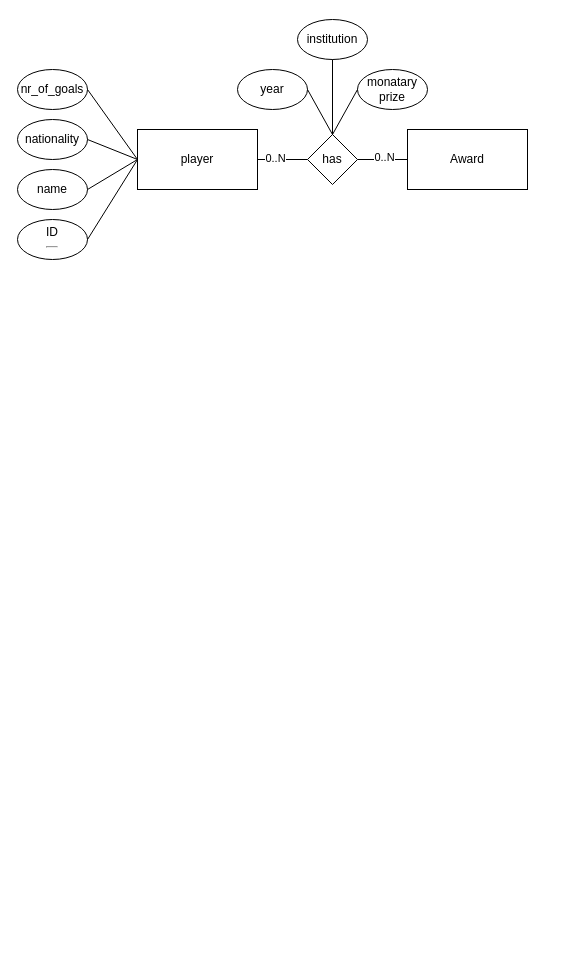
Before: Exercise1.drawio in jokullsmari/blabla, a draw.io diagram. Source tidied: cells renumbered, new cells numbered last; positions are measured from the earlier drawing's top-left corner, leaving out a move shared by most shapes. Both pictures are drawn from the tidied source at 100%, with x=0, y=0 at pixel (17, 19).
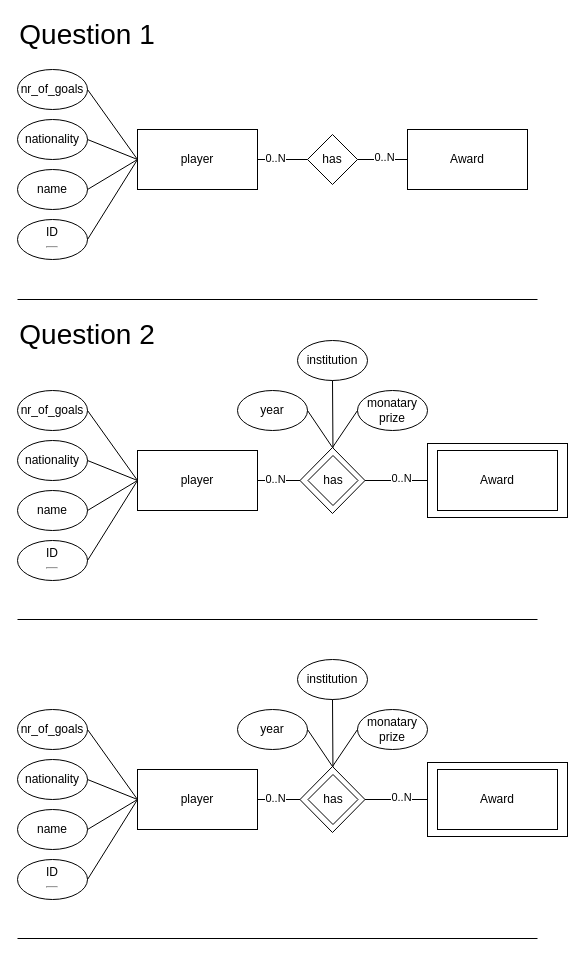
Above is the later version.

The change refers to these unchanged cells:
```xml
<mxCell id="12" value="has" style="rhombus;whiteSpace=wrap;html=1;" parent="1" vertex="1">
  <mxGeometry x="290" y="115" width="50" height="50" as="geometry" />
</mxCell>
```

The edit, as a diff of the source:
```diff
@@
-    <mxCell id="17" value="institution" style="ellipse;whiteSpace=wrap;html=1;" parent="1" vertex="1">
-      <mxGeometry x="280" width="70" height="40" as="geometry" />
-    </mxCell>
-    <mxCell id="18" value="monatary&lt;div&gt;prize&lt;/div&gt;" style="ellipse;whiteSpace=wrap;html=1;" parent="1" vertex="1">
-      <mxGeometry x="340" y="50" width="70" height="40" as="geometry" />
-    </mxCell>
-    <mxCell id="19" value="year" style="ellipse;whiteSpace=wrap;html=1;" parent="1" vertex="1">
-      <mxGeometry x="220" y="50" width="70" height="40" as="geometry" />
-    </mxCell>
-    <mxCell id="20" style="endArrow=none;html=1;rounded=0;entryX=0.5;entryY=1;entryDx=0;entryDy=0;exitX=0.5;exitY=0;exitDx=0;exitDy=0;" parent="1" edge="1" source="12" target="17">
-      <mxGeometry relative="1" as="geometry" />
-    </mxCell>
-    <mxCell id="21" style="endArrow=none;html=1;rounded=0;exitX=0.5;exitY=0;exitDx=0;exitDy=0;entryX=1;entryY=0.5;entryDx=0;entryDy=0;" parent="1" edge="1" source="12" target="19">
-      <mxGeometry relative="1" as="geometry" />
-    </mxCell>
-    <mxCell id="22" style="endArrow=none;html=1;rounded=0;entryX=0;entryY=0.5;entryDx=0;entryDy=0;exitX=0.5;exitY=0;exitDx=0;exitDy=0;" parent="1" edge="1" source="12" target="18">
-      <mxGeometry relative="1" as="geometry" />
-    </mxCell>
+    <mxCell id="23" value="player" style="rounded=0;whiteSpace=wrap;html=1;" parent="1" vertex="1">
+      <mxGeometry x="120" y="431" width="120" height="60" as="geometry" />
+    </mxCell>
+    <mxCell id="24" value="ID&lt;hr&gt;" style="ellipse;whiteSpace=wrap;html=1;" parent="1" vertex="1">
+      <mxGeometry y="521" width="70" height="40" as="geometry" />
+    </mxCell>
+    <mxCell id="25" value="name" style="ellipse;whiteSpace=wrap;html=1;" parent="1" vertex="1">
+      <mxGeometry y="471" width="70" height="40" as="geometry" />
+    </mxCell>
+    <mxCell id="26" value="nationality" style="ellipse;whiteSpace=wrap;html=1;" parent="1" vertex="1">
+      <mxGeometry y="421" width="70" height="40" as="geometry" />
+    </mxCell>
+    <mxCell id="27" value="nr_of_goals" style="ellipse;whiteSpace=wrap;html=1;" parent="1" vertex="1">
+      <mxGeometry y="371" width="70" height="40" as="geometry" />
+    </mxCell>
+    <mxCell id="28" style="endArrow=none;html=1;rounded=0;entryX=1;entryY=0.5;entryDx=0;entryDy=0;exitX=0;exitY=0.5;exitDx=0;exitDy=0;" parent="1" edge="1" source="23" target="27">
+      <mxGeometry relative="1" as="geometry" />
+    </mxCell>
+    <mxCell id="29" style="endArrow=none;html=1;rounded=0;entryX=1;entryY=0.5;entryDx=0;entryDy=0;" parent="1" edge="1" target="26">
+      <mxGeometry relative="1" as="geometry">
+        <mxPoint x="120" y="461" as="sourcePoint" />
+      </mxGeometry>
+    </mxCell>
+    <mxCell id="30" style="endArrow=none;html=1;rounded=0;exitX=1;exitY=0.5;exitDx=0;exitDy=0;entryX=0;entryY=0.5;entryDx=0;entryDy=0;" parent="1" edge="1" source="25" target="23">
+      <mxGeometry relative="1" as="geometry" />
+    </mxCell>
+    <mxCell id="31" style="endArrow=none;html=1;rounded=0;exitX=1;exitY=0.5;exitDx=0;exitDy=0;entryX=0;entryY=0.5;entryDx=0;entryDy=0;" parent="1" edge="1" source="24" target="23">
+      <mxGeometry relative="1" as="geometry" />
+    </mxCell>
+    <mxCell id="32" style="endArrow=none;html=1;rounded=0;entryX=1;entryY=0.5;entryDx=0;entryDy=0;exitX=0;exitY=0.5;exitDx=0;exitDy=0;" parent="1" edge="1" source="45" target="23">
+      <mxGeometry relative="1" as="geometry" />
+    </mxCell>
+    <mxCell id="33" value="0..N" style="edgeLabel;html=1;align=center;verticalAlign=middle;" parent="32" vertex="1">
+      <mxGeometry x="0.3" y="-2" relative="1" as="geometry" />
+    </mxCell>
+    <mxCell id="34" style="endArrow=none;html=1;rounded=0;entryX=1;entryY=0.5;entryDx=0;entryDy=0;exitX=0;exitY=0.5;exitDx=0;exitDy=0;" parent="1" edge="1" source="47" target="45">
+      <mxGeometry relative="1" as="geometry" />
+    </mxCell>
+    <mxCell id="35" value="0..N" style="edgeLabel;html=1;align=center;verticalAlign=middle;" parent="34" vertex="1">
+      <mxGeometry x="-0.06" y="-3" relative="1" as="geometry" />
+    </mxCell>
+    <mxCell id="36" value="institution" style="ellipse;whiteSpace=wrap;html=1;" parent="1" vertex="1">
+      <mxGeometry x="280" y="321" width="70" height="40" as="geometry" />
+    </mxCell>
+    <mxCell id="37" value="monatary&lt;div&gt;prize&lt;/div&gt;" style="ellipse;whiteSpace=wrap;html=1;" parent="1" vertex="1">
+      <mxGeometry x="340" y="371" width="70" height="40" as="geometry" />
+    </mxCell>
+    <mxCell id="38" value="year" style="ellipse;whiteSpace=wrap;html=1;" parent="1" vertex="1">
+      <mxGeometry x="220" y="371" width="70" height="40" as="geometry" />
+    </mxCell>
+    <mxCell id="39" style="endArrow=none;html=1;rounded=0;entryX=0.5;entryY=1;entryDx=0;entryDy=0;exitX=0.5;exitY=0;exitDx=0;exitDy=0;" parent="1" edge="1" source="45" target="36">
+      <mxGeometry relative="1" as="geometry" />
+    </mxCell>
+    <mxCell id="40" style="endArrow=none;html=1;rounded=0;exitX=0.5;exitY=0;exitDx=0;exitDy=0;entryX=1;entryY=0.5;entryDx=0;entryDy=0;" parent="1" edge="1" source="44" target="38">
+      <mxGeometry relative="1" as="geometry" />
+    </mxCell>
+    <mxCell id="41" style="endArrow=none;html=1;rounded=0;entryX=0;entryY=0.5;entryDx=0;entryDy=0;exitX=0.5;exitY=0;exitDx=0;exitDy=0;" parent="1" edge="1" source="44" target="37">
+      <mxGeometry relative="1" as="geometry" />
+    </mxCell>
+    <mxCell id="42" style="endArrow=none;html=1;rounded=0;" parent="1" edge="1">
+      <mxGeometry relative="1" as="geometry">
+        <mxPoint y="280" as="sourcePoint" />
+        <mxPoint x="520" y="280" as="targetPoint" />
+      </mxGeometry>
+    </mxCell>
+    <mxCell id="43" style="endArrow=none;html=1;rounded=0;" parent="1" edge="1">
+      <mxGeometry relative="1" as="geometry">
+        <mxPoint y="600" as="sourcePoint" />
+        <mxPoint x="520" y="600" as="targetPoint" />
+      </mxGeometry>
+    </mxCell>
+    <mxCell id="44" style="rhombus;whiteSpace=wrap;html=1;" parent="1" vertex="1">
+      <mxGeometry x="282.5" y="428" width="65" height="66" as="geometry" />
+    </mxCell>
+    <mxCell id="45" value="has" style="rhombus;whiteSpace=wrap;html=1;" parent="1" vertex="1">
+      <mxGeometry x="290.5" y="436" width="50" height="50" as="geometry" />
+    </mxCell>
+    <mxCell id="46" style="rounded=0;whiteSpace=wrap;html=1;" parent="1" vertex="1">
+      <mxGeometry x="410" y="424" width="140" height="74" as="geometry" />
+    </mxCell>
+    <mxCell id="47" value="Award" style="rounded=0;whiteSpace=wrap;html=1;" parent="1" vertex="1">
+      <mxGeometry x="420" y="431" width="120" height="60" as="geometry" />
+    </mxCell>
+    <mxCell id="48" value="&lt;font style=&quot;font-size: 28px;&quot;&gt;Question 1&lt;/font&gt;" style="text;html=1;whiteSpace=wrap;strokeColor=none;fillColor=none;align=center;verticalAlign=middle;rounded=0;" parent="1" vertex="1">
+      <mxGeometry width="140" height="30" as="geometry" />
+    </mxCell>
+    <mxCell id="49" value="&lt;font style=&quot;font-size: 28px;&quot;&gt;Question 2&lt;/font&gt;" style="text;html=1;whiteSpace=wrap;strokeColor=none;fillColor=none;align=center;verticalAlign=middle;rounded=0;" parent="1" vertex="1">
+      <mxGeometry y="300" width="140" height="30" as="geometry" />
+    </mxCell>
+    <mxCell id="50" value="player" style="rounded=0;whiteSpace=wrap;html=1;" parent="1" vertex="1">
+      <mxGeometry x="120" y="750" width="120" height="60" as="geometry" />
+    </mxCell>
+    <mxCell id="51" value="ID&lt;hr&gt;" style="ellipse;whiteSpace=wrap;html=1;" parent="1" vertex="1">
+      <mxGeometry y="840" width="70" height="40" as="geometry" />
+    </mxCell>
+    <mxCell id="52" value="name" style="ellipse;whiteSpace=wrap;html=1;" parent="1" vertex="1">
+      <mxGeometry y="790" width="70" height="40" as="geometry" />
+    </mxCell>
+    <mxCell id="53" value="nationality" style="ellipse;whiteSpace=wrap;html=1;" parent="1" vertex="1">
+      <mxGeometry y="740" width="70" height="40" as="geometry" />
+    </mxCell>
+    <mxCell id="54" value="nr_of_goals" style="ellipse;whiteSpace=wrap;html=1;" parent="1" vertex="1">
+      <mxGeometry y="690" width="70" height="40" as="geometry" />
+    </mxCell>
+    <mxCell id="55" style="endArrow=none;html=1;rounded=0;entryX=1;entryY=0.5;entryDx=0;entryDy=0;exitX=0;exitY=0.5;exitDx=0;exitDy=0;" parent="1" edge="1" source="50" target="54">
+      <mxGeometry relative="1" as="geometry" />
+    </mxCell>
+    <mxCell id="56" style="endArrow=none;html=1;rounded=0;entryX=1;entryY=0.5;entryDx=0;entryDy=0;" parent="1" edge="1" target="53">
+      <mxGeometry relative="1" as="geometry">
+        <mxPoint x="120" y="780" as="sourcePoint" />
+      </mxGeometry>
+    </mxCell>
+    <mxCell id="57" style="endArrow=none;html=1;rounded=0;exitX=1;exitY=0.5;exitDx=0;exitDy=0;entryX=0;entryY=0.5;entryDx=0;entryDy=0;" parent="1" edge="1" source="52" target="50">
+      <mxGeometry relative="1" as="geometry" />
+    </mxCell>
+    <mxCell id="58" style="endArrow=none;html=1;rounded=0;exitX=1;exitY=0.5;exitDx=0;exitDy=0;entryX=0;entryY=0.5;entryDx=0;entryDy=0;" parent="1" edge="1" source="51" target="50">
+      <mxGeometry relative="1" as="geometry" />
+    </mxCell>
+    <mxCell id="59" style="endArrow=none;html=1;rounded=0;entryX=1;entryY=0.5;entryDx=0;entryDy=0;exitX=0;exitY=0.5;exitDx=0;exitDy=0;" parent="1" edge="1" source="71" target="50">
+      <mxGeometry relative="1" as="geometry" />
+    </mxCell>
+    <mxCell id="60" value="0..N" style="edgeLabel;html=1;align=center;verticalAlign=middle;" parent="59" vertex="1">
+      <mxGeometry x="0.3" y="-2" relative="1" as="geometry" />
+    </mxCell>
+    <mxCell id="61" style="endArrow=none;html=1;rounded=0;entryX=1;entryY=0.5;entryDx=0;entryDy=0;exitX=0;exitY=0.5;exitDx=0;exitDy=0;" parent="1" edge="1" source="73" target="71">
+      <mxGeometry relative="1" as="geometry" />
+    </mxCell>
+    <mxCell id="62" value="0..N" style="edgeLabel;html=1;align=center;verticalAlign=middle;" parent="61" vertex="1">
+      <mxGeometry x="-0.06" y="-3" relative="1" as="geometry" />
+    </mxCell>
+    <mxCell id="63" value="institution" style="ellipse;whiteSpace=wrap;html=1;" parent="1" vertex="1">
+      <mxGeometry x="280" y="640" width="70" height="40" as="geometry" />
+    </mxCell>
+    <mxCell id="64" value="monatary&lt;div&gt;prize&lt;/div&gt;" style="ellipse;whiteSpace=wrap;html=1;" parent="1" vertex="1">
+      <mxGeometry x="340" y="690" width="70" height="40" as="geometry" />
+    </mxCell>
+    <mxCell id="65" value="year" style="ellipse;whiteSpace=wrap;html=1;" parent="1" vertex="1">
+      <mxGeometry x="220" y="690" width="70" height="40" as="geometry" />
+    </mxCell>
+    <mxCell id="66" style="endArrow=none;html=1;rounded=0;entryX=0.5;entryY=1;entryDx=0;entryDy=0;exitX=0.5;exitY=0;exitDx=0;exitDy=0;" parent="1" edge="1" source="71" target="63">
+      <mxGeometry relative="1" as="geometry" />
+    </mxCell>
+    <mxCell id="67" style="endArrow=none;html=1;rounded=0;exitX=0.5;exitY=0;exitDx=0;exitDy=0;entryX=1;entryY=0.5;entryDx=0;entryDy=0;" parent="1" edge="1" source="70" target="65">
+      <mxGeometry relative="1" as="geometry" />
+    </mxCell>
+    <mxCell id="68" style="endArrow=none;html=1;rounded=0;entryX=0;entryY=0.5;entryDx=0;entryDy=0;exitX=0.5;exitY=0;exitDx=0;exitDy=0;" parent="1" edge="1" source="70" target="64">
+      <mxGeometry relative="1" as="geometry" />
+    </mxCell>
+    <mxCell id="69" style="endArrow=none;html=1;rounded=0;" parent="1" edge="1">
+      <mxGeometry relative="1" as="geometry">
+        <mxPoint y="919" as="sourcePoint" />
+        <mxPoint x="520" y="919" as="targetPoint" />
+      </mxGeometry>
+    </mxCell>
+    <mxCell id="70" style="rhombus;whiteSpace=wrap;html=1;" parent="1" vertex="1">
+      <mxGeometry x="282.5" y="747" width="65" height="66" as="geometry" />
+    </mxCell>
+    <mxCell id="71" value="has" style="rhombus;whiteSpace=wrap;html=1;" parent="1" vertex="1">
+      <mxGeometry x="290.5" y="755" width="50" height="50" as="geometry" />
+    </mxCell>
+    <mxCell id="72" style="rounded=0;whiteSpace=wrap;html=1;" parent="1" vertex="1">
+      <mxGeometry x="410" y="743" width="140" height="74" as="geometry" />
+    </mxCell>
+    <mxCell id="73" value="Award" style="rounded=0;whiteSpace=wrap;html=1;" parent="1" vertex="1">
+      <mxGeometry x="420" y="750" width="120" height="60" as="geometry" />
+    </mxCell>
```
